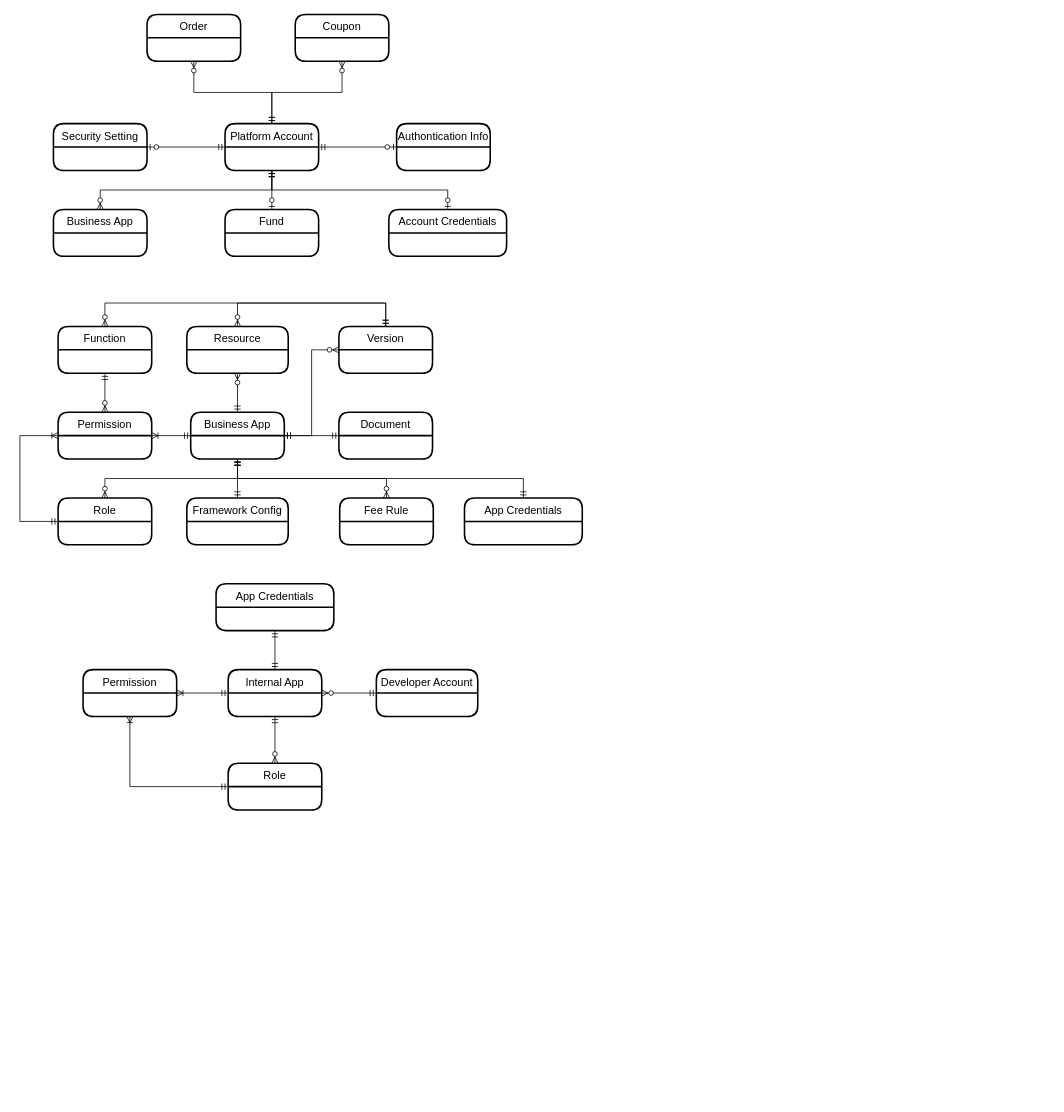
greenabyss/image keeps this draw.io diagram as page "第 1 页" (1 of 2) of JNOS.drawio. Above is the earlier version. Source tidied: cells renumbered, new cells numbered last; positions are measured from the earlier drawing's top-left corner, leaving out a move shared by most shapes. Both pictures are drawn from the tidied source at 78%, with x=0, y=0 at pixel (20, 14).
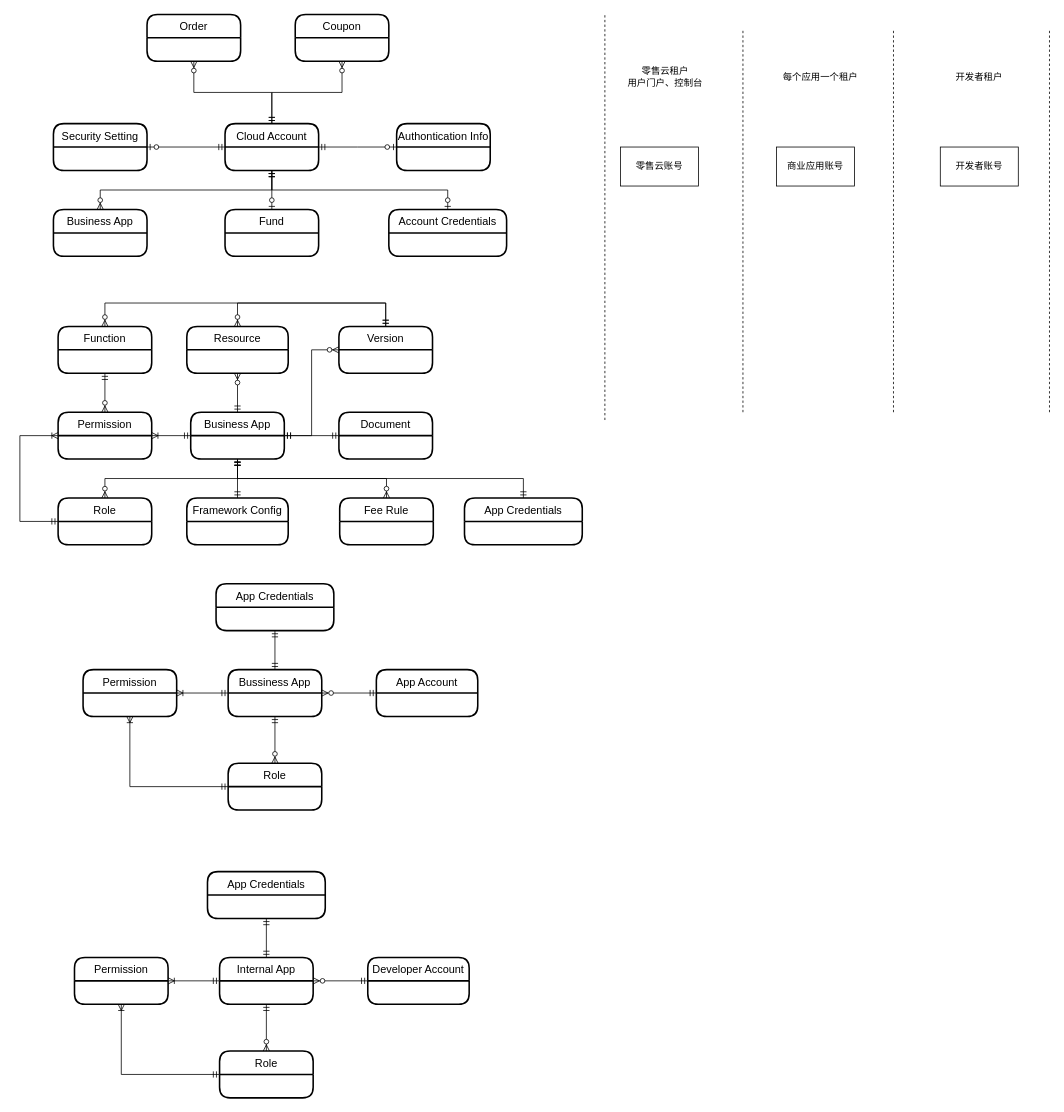
The same page after the edit.

The edit, as a diff of the source:
```diff
@@
-    <mxCell id="2" value="Platform Account" style="swimlane;horizontal=1;startSize=30;rounded=1;fontSize=14;fontStyle=0;strokeWidth=2;shadow=0;dashed=0;align=center;" parent="1" vertex="1">
+    <mxCell id="2" value="Cloud Account" style="swimlane;horizontal=1;startSize=30;rounded=1;fontSize=14;fontStyle=0;strokeWidth=2;shadow=0;dashed=0;align=center;" parent="1" vertex="1">
       <mxGeometry x="263" y="140" width="120" height="60" as="geometry" />
     </mxCell>
@@
     <mxCell id="33" value="Internal App" style="swimlane;horizontal=1;startSize=30;rounded=1;fontSize=14;fontStyle=0;strokeWidth=2;shadow=0;dashed=0;align=center;" parent="1" vertex="1">
-      <mxGeometry x="267" y="840" width="120" height="60" as="geometry" />
+      <mxGeometry x="256" y="1209" width="120" height="60" as="geometry" />
     </mxCell>
     <mxCell id="34" value="Permission" style="swimlane;horizontal=1;startSize=30;rounded=1;fontSize=14;fontStyle=0;strokeWidth=2;shadow=0;dashed=0;align=center;" parent="1" vertex="1">
-      <mxGeometry x="81" y="840" width="120" height="60" as="geometry" />
+      <mxGeometry x="70" y="1209" width="120" height="60" as="geometry" />
     </mxCell>
@@
     <mxCell id="36" value="Role" style="swimlane;horizontal=1;startSize=30;rounded=1;fontSize=14;fontStyle=0;strokeWidth=2;shadow=0;dashed=0;align=center;" parent="1" vertex="1">
-      <mxGeometry x="267" y="960" width="120" height="60" as="geometry" />
+      <mxGeometry x="256" y="1329" width="120" height="60" as="geometry" />
     </mxCell>
@@
     <mxCell id="38" style="edgeStyle=orthogonalEdgeStyle;fontSize=12;html=1;endArrow=ERoneToMany;startArrow=ERmandOne;rounded=0;exitX=0;exitY=0.5;exitDx=0;exitDy=0;entryX=0.5;entryY=1;entryDx=0;entryDy=0;" parent="1" edge="1" source="36" target="34">
       <mxGeometry relative="1" as="geometry">
         <Array as="points">
-          <mxPoint x="141" y="990" />
+          <mxPoint x="130" y="1359" />
         </Array>
       </mxGeometry>
     </mxCell>
     <mxCell id="39" value="Developer Account" style="swimlane;horizontal=1;startSize=30;rounded=1;fontSize=14;fontStyle=0;strokeWidth=2;shadow=0;dashed=0;align=center;" parent="1" vertex="1">
-      <mxGeometry x="457" y="840" width="130" height="60" as="geometry" />
+      <mxGeometry x="446" y="1209" width="130" height="60" as="geometry" />
     </mxCell>
@@
     <mxCell id="47" value="App Credentials" style="swimlane;horizontal=1;startSize=30;rounded=1;fontSize=14;fontStyle=0;strokeWidth=2;shadow=0;dashed=0;align=center;" parent="1" vertex="1">
-      <mxGeometry x="251.5" y="730" width="151" height="60" as="geometry" />
+      <mxGeometry x="240.5" y="1099" width="151" height="60" as="geometry" />
     </mxCell>
@@
+    <mxCell id="49" value="Bussiness App" style="swimlane;horizontal=1;startSize=30;rounded=1;fontSize=14;fontStyle=0;strokeWidth=2;shadow=0;dashed=0;align=center;" parent="1" vertex="1">
+      <mxGeometry x="267" y="840" width="120" height="60" as="geometry" />
+    </mxCell>
+    <mxCell id="50" value="Permission" style="swimlane;horizontal=1;startSize=30;rounded=1;fontSize=14;fontStyle=0;strokeWidth=2;shadow=0;dashed=0;align=center;" parent="1" vertex="1">
+      <mxGeometry x="81" y="840" width="120" height="60" as="geometry" />
+    </mxCell>
+    <mxCell id="51" style="edgeStyle=orthogonalEdgeStyle;fontSize=12;html=1;endArrow=ERoneToMany;startArrow=ERmandOne;rounded=0;exitX=0;exitY=0.5;exitDx=0;exitDy=0;entryX=1;entryY=0.5;entryDx=0;entryDy=0;" parent="1" edge="1" source="49" target="50">
+      <mxGeometry relative="1" as="geometry" />
+    </mxCell>
+    <mxCell id="52" value="Role" style="swimlane;horizontal=1;startSize=30;rounded=1;fontSize=14;fontStyle=0;strokeWidth=2;shadow=0;dashed=0;align=center;" parent="1" vertex="1">
+      <mxGeometry x="267" y="960" width="120" height="60" as="geometry" />
+    </mxCell>
+    <mxCell id="53" style="fontSize=12;html=1;endArrow=ERzeroToMany;startArrow=ERmandOne;exitX=0.5;exitY=1;exitDx=0;exitDy=0;edgeStyle=orthogonalEdgeStyle;rounded=0;" parent="1" edge="1" source="49" target="52">
+      <mxGeometry relative="1" as="geometry" />
+    </mxCell>
+    <mxCell id="54" style="edgeStyle=orthogonalEdgeStyle;fontSize=12;html=1;endArrow=ERoneToMany;startArrow=ERmandOne;rounded=0;exitX=0;exitY=0.5;exitDx=0;exitDy=0;entryX=0.5;entryY=1;entryDx=0;entryDy=0;" parent="1" edge="1" source="52" target="50">
+      <mxGeometry relative="1" as="geometry">
+        <Array as="points">
+          <mxPoint x="141" y="990" />
+        </Array>
+      </mxGeometry>
+    </mxCell>
+    <mxCell id="55" value="App Account" style="swimlane;horizontal=1;startSize=30;rounded=1;fontSize=14;fontStyle=0;strokeWidth=2;shadow=0;dashed=0;align=center;" parent="1" vertex="1">
+      <mxGeometry x="457" y="840" width="130" height="60" as="geometry" />
+    </mxCell>
+    <mxCell id="56" style="fontSize=12;html=1;endArrow=ERzeroToMany;startArrow=ERmandOne;exitX=0;exitY=0.5;exitDx=0;exitDy=0;entryX=1;entryY=0.5;entryDx=0;entryDy=0;" parent="1" edge="1" source="55" target="49">
+      <mxGeometry relative="1" as="geometry" />
+    </mxCell>
+    <mxCell id="57" value="App Credentials" style="swimlane;horizontal=1;startSize=30;rounded=1;fontSize=14;fontStyle=0;strokeWidth=2;shadow=0;dashed=0;align=center;" parent="1" vertex="1">
+      <mxGeometry x="251.5" y="730" width="151" height="60" as="geometry" />
+    </mxCell>
+    <mxCell id="58" style="edgeStyle=orthogonalEdgeStyle;fontSize=12;html=1;endArrow=ERmandOne;startArrow=ERmandOne;rounded=0;exitX=0.5;exitY=1;exitDx=0;exitDy=0;" parent="1" edge="1" source="57" target="49">
+      <mxGeometry relative="1" as="geometry" />
+    </mxCell>
+    <mxCell id="59" value="零售云账号" style="rounded=0;whiteSpace=wrap;html=1;" parent="1" vertex="1">
+      <mxGeometry x="770" y="170" width="100" height="50" as="geometry" />
+    </mxCell>
+    <mxCell id="60" value="开发者账号" style="rounded=0;whiteSpace=wrap;html=1;" parent="1" vertex="1">
+      <mxGeometry x="1180" y="170" width="100" height="50" as="geometry" />
+    </mxCell>
+    <mxCell id="61" value="商业应用账号" style="rounded=0;whiteSpace=wrap;html=1;" parent="1" vertex="1">
+      <mxGeometry x="970" y="170" width="100" height="50" as="geometry" />
+    </mxCell>
+    <mxCell id="62" style="endArrow=none;dashed=1;html=1;" parent="1" edge="1">
+      <mxGeometry relative="1" as="geometry">
+        <mxPoint x="927" y="510" as="sourcePoint" />
+        <mxPoint x="927" y="20" as="targetPoint" />
+      </mxGeometry>
+    </mxCell>
+    <mxCell id="63" style="endArrow=none;dashed=1;html=1;" parent="1" edge="1">
+      <mxGeometry relative="1" as="geometry">
+        <mxPoint x="1120" y="510" as="sourcePoint" />
+        <mxPoint x="1120" y="20" as="targetPoint" />
+      </mxGeometry>
+    </mxCell>
+    <mxCell id="64" style="endArrow=none;dashed=1;html=1;" parent="1" edge="1">
+      <mxGeometry relative="1" as="geometry">
+        <mxPoint x="1320" y="510" as="sourcePoint" />
+        <mxPoint x="1320" y="20" as="targetPoint" />
+      </mxGeometry>
+    </mxCell>
+    <mxCell id="65" value="零售云租户&lt;br&gt;用户门户、控制台" style="text;html=1;strokeColor=none;fillColor=none;align=center;verticalAlign=middle;whiteSpace=wrap;rounded=0;" parent="1" vertex="1">
+      <mxGeometry x="773.5" y="70" width="106.5" height="20" as="geometry" />
+    </mxCell>
+    <mxCell id="66" value="每个应用一个租户" style="text;html=1;strokeColor=none;fillColor=none;align=center;verticalAlign=middle;whiteSpace=wrap;rounded=0;" parent="1" vertex="1">
+      <mxGeometry x="973" y="70" width="107" height="20" as="geometry" />
+    </mxCell>
+    <mxCell id="67" value="开发者租户" style="text;html=1;strokeColor=none;fillColor=none;align=center;verticalAlign=middle;whiteSpace=wrap;rounded=0;" parent="1" vertex="1">
+      <mxGeometry x="1190" y="70" width="80" height="20" as="geometry" />
+    </mxCell>
+    <mxCell id="68" style="endArrow=none;dashed=1;html=1;" parent="1" edge="1">
+      <mxGeometry relative="1" as="geometry">
+        <mxPoint x="750" y="520" as="sourcePoint" />
+        <mxPoint x="750" as="targetPoint" />
+      </mxGeometry>
+    </mxCell>
```
